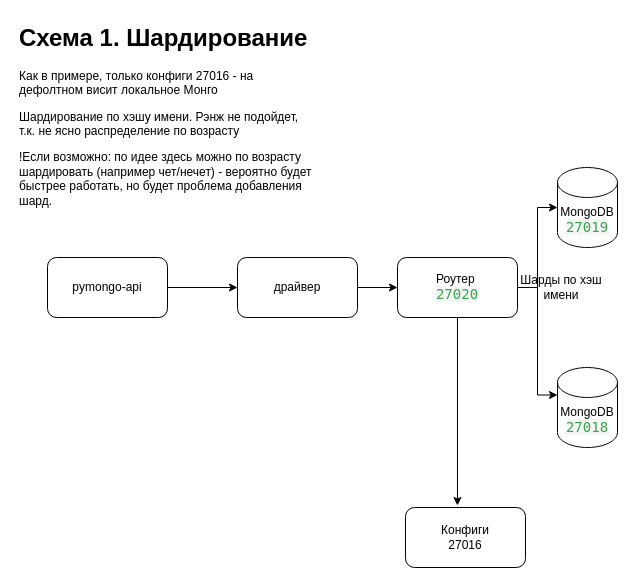
Above: page "Part1" (2 of 3) of Docs/sprint2task1.drawio in MikhailGrv/architecture-sprint-2 (draw.io), before the change. Source tidied: cells renumbered, new cells numbered last; positions are measured from the earlier drawing's top-left corner, leaving out a move shared by most shapes. Both pictures are drawn from the tidied source at 100%, with x=0, y=0 at pixel (17, 17).
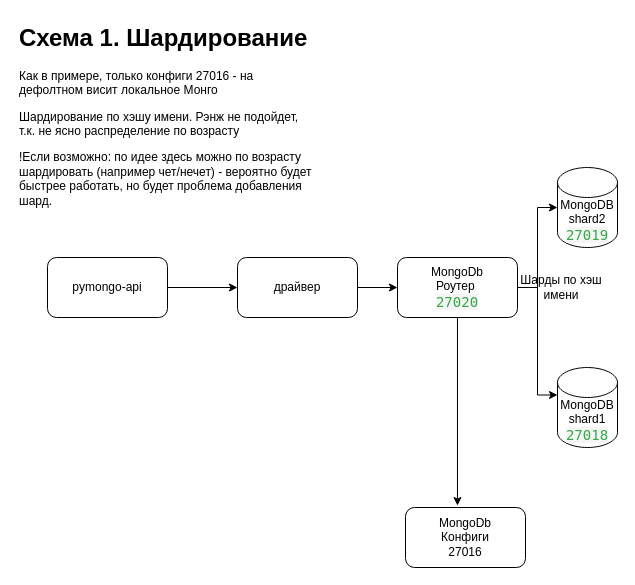
The same diagram, later.

Commit message (it also covers changes not shown here):
Shard1-repl

The edit, as a diff of the source:
```diff
@@
 <mxGraphModel>
   <root>
     <mxCell id="0" />
     <mxCell id="1" parent="0" />
-    <mxCell id="2" value="MongoDB&lt;div&gt;&lt;span style=&quot;color: rgb(50, 168, 70); font-family: Menlo, &amp;quot;Ubuntu Mono&amp;quot;, consolas, source-code-pro, monospace; font-size: 14px; text-align: start; white-space: pre; background-color: rgb(245, 245, 245);&quot;&gt;27018&lt;/span&gt;&lt;br&gt;&lt;/div&gt;" style="shape=cylinder3;whiteSpace=wrap;html=1;boundedLbl=1;backgroundOutline=1;size=15;" parent="1" vertex="1">
-      <mxGeometry x="540" y="350" width="60" height="80" as="geometry" />
-    </mxCell>
+    <mxCell id="13" value="&lt;h1 style=&quot;margin-top: 0px;&quot;&gt;Схема 1. Шардирование&lt;/h1&gt;&lt;p&gt;Как в примере, только конфиги 27016 - на дефолтном висит локальное Монго&lt;/p&gt;&lt;p&gt;Шардирование по хэшу имени. Рэнж не подойдет, т.к. не ясно распределение по возрасту&lt;/p&gt;&lt;p&gt;!Если возможно:&amp;nbsp;&lt;span style=&quot;background-color: initial;&quot;&gt;по идее здесь можно по возрасту шардировать (например чет/нечет) - вероятно будет быстрее работать, но будет проблема добавления шард.&lt;/span&gt;&lt;/p&gt;&lt;p&gt;&lt;br&gt;&lt;/p&gt;&lt;p&gt;&lt;br&gt;&lt;/p&gt;&lt;p&gt;&lt;br&gt;&lt;/p&gt;&lt;p&gt;&lt;br&gt;&lt;/p&gt;" style="text;html=1;whiteSpace=wrap;overflow=hidden;rounded=0;" parent="1" vertex="1">
+      <mxGeometry width="300" height="240" as="geometry" />
+    </mxCell>
+    <mxCell id="15" value="MongoDB&lt;div&gt;shard1&lt;br&gt;&lt;div&gt;&lt;span style=&quot;color: rgb(50, 168, 70); font-family: Menlo, &amp;quot;Ubuntu Mono&amp;quot;, consolas, source-code-pro, monospace; font-size: 14px; text-align: start; white-space: pre; background-color: rgb(245, 245, 245);&quot;&gt;27018&lt;/span&gt;&lt;br&gt;&lt;/div&gt;&lt;/div&gt;" style="shape=cylinder3;whiteSpace=wrap;html=1;boundedLbl=1;backgroundOutline=1;size=15;" parent="1" vertex="1">
+      <mxGeometry x="540" y="350" width="60" height="80" as="geometry" />
+    </mxCell>
     <mxCell id="3" value="pymongo-api" style="rounded=1;whiteSpace=wrap;html=1;" parent="1" vertex="1">
       <mxGeometry x="30" y="240" width="120" height="60" as="geometry" />
     </mxCell>
     <mxCell id="4" style="edgeStyle=orthogonalEdgeStyle;rounded=0;jettySize=auto;html=1;exitX=1;exitY=0.5;exitDx=0;exitDy=0;" parent="1" edge="1" source="3" target="5">
       <mxGeometry relative="1" as="geometry" />
     </mxCell>
     <mxCell id="5" value="драйвер" style="rounded=1;whiteSpace=wrap;html=1;" parent="1" vertex="1">
       <mxGeometry x="220" y="240" width="120" height="60" as="geometry" />
     </mxCell>
-    <mxCell id="6" value="MongoDB&lt;div&gt;&lt;span style=&quot;color: rgb(50, 168, 70); font-family: Menlo, &amp;quot;Ubuntu Mono&amp;quot;, consolas, source-code-pro, monospace; font-size: 14px; text-align: start; white-space: pre; background-color: rgb(245, 245, 245);&quot;&gt;27019&lt;/span&gt;&lt;br&gt;&lt;/div&gt;" style="shape=cylinder3;whiteSpace=wrap;html=1;boundedLbl=1;backgroundOutline=1;size=15;" parent="1" vertex="1">
-      <mxGeometry x="540" y="150" width="60" height="80" as="geometry" />
-    </mxCell>
-    <mxCell id="7" style="edgeStyle=orthogonalEdgeStyle;rounded=0;jettySize=auto;html=1;entryX=0.433;entryY=-0.033;entryDx=0;entryDy=0;entryPerimeter=0;" parent="1" edge="1" source="8" target="9">
-      <mxGeometry relative="1" as="geometry" />
-    </mxCell>
-    <mxCell id="8" value="Роутер&amp;nbsp;&lt;div&gt;&lt;span style=&quot;color: rgb(50, 168, 70); font-family: Menlo, &amp;quot;Ubuntu Mono&amp;quot;, consolas, source-code-pro, monospace; font-size: 14px; text-align: start; white-space: pre; background-color: rgb(245, 245, 245);&quot;&gt;27020&lt;/span&gt;&lt;/div&gt;" style="rounded=1;whiteSpace=wrap;html=1;" parent="1" vertex="1">
-      <mxGeometry x="380" y="240" width="120" height="60" as="geometry" />
-    </mxCell>
-    <mxCell id="9" value="Конфиги&lt;div&gt;27016&lt;/div&gt;" style="rounded=1;whiteSpace=wrap;html=1;" parent="1" vertex="1">
-      <mxGeometry x="388" y="490" width="120" height="60" as="geometry" />
-    </mxCell>
-    <mxCell id="10" style="endArrow=classic;html=1;rounded=0;entryX=0;entryY=0.5;entryDx=0;entryDy=0;" parent="1" edge="1" source="5" target="8">
-      <mxGeometry relative="1" as="geometry" />
-    </mxCell>
-    <mxCell id="11" style="edgeStyle=orthogonalEdgeStyle;rounded=0;jettySize=auto;html=1;entryX=0;entryY=0;entryDx=0;entryDy=27.5;entryPerimeter=0;" parent="1" edge="1" source="8" target="2">
-      <mxGeometry relative="1" as="geometry" />
-    </mxCell>
-    <mxCell id="12" style="edgeStyle=orthogonalEdgeStyle;rounded=0;jettySize=auto;html=1;entryX=0;entryY=0.5;entryDx=0;entryDy=0;entryPerimeter=0;" parent="1" edge="1" source="8" target="6">
-      <mxGeometry relative="1" as="geometry" />
-    </mxCell>
-    <mxCell id="13" value="&lt;h1 style=&quot;margin-top: 0px;&quot;&gt;Схема 1. Шардирование&lt;/h1&gt;&lt;p&gt;Как в примере, только конфиги 27016 - на дефолтном висит локальное Монго&lt;/p&gt;&lt;p&gt;Шардирование по хэшу имени. Рэнж не подойдет, т.к. не ясно распределение по возрасту&lt;/p&gt;&lt;p&gt;!Если возможно:&amp;nbsp;&lt;span style=&quot;background-color: initial;&quot;&gt;по идее здесь можно по возрасту шардировать (например чет/нечет) - вероятно будет быстрее работать, но будет проблема добавления шард.&lt;/span&gt;&lt;/p&gt;&lt;p&gt;&lt;br&gt;&lt;/p&gt;&lt;p&gt;&lt;br&gt;&lt;/p&gt;&lt;p&gt;&lt;br&gt;&lt;/p&gt;&lt;p&gt;&lt;br&gt;&lt;/p&gt;" style="text;html=1;whiteSpace=wrap;overflow=hidden;rounded=0;" parent="1" vertex="1">
-      <mxGeometry width="300" height="240" as="geometry" />
-    </mxCell>
+    <mxCell id="16" value="MongoDB&lt;div&gt;shard2&lt;br&gt;&lt;div&gt;&lt;span style=&quot;color: rgb(50, 168, 70); font-family: Menlo, &amp;quot;Ubuntu Mono&amp;quot;, consolas, source-code-pro, monospace; font-size: 14px; text-align: start; white-space: pre; background-color: rgb(245, 245, 245);&quot;&gt;27019&lt;/span&gt;&lt;br&gt;&lt;/div&gt;&lt;/div&gt;" style="shape=cylinder3;whiteSpace=wrap;html=1;boundedLbl=1;backgroundOutline=1;size=15;" parent="1" vertex="1">
+      <mxGeometry x="540" y="150" width="60" height="80" as="geometry" />
+    </mxCell>
+    <mxCell id="17" style="edgeStyle=orthogonalEdgeStyle;rounded=0;jettySize=auto;html=1;entryX=0.433;entryY=-0.033;entryDx=0;entryDy=0;entryPerimeter=0;" parent="1" edge="1" source="18" target="19">
+      <mxGeometry relative="1" as="geometry" />
+    </mxCell>
+    <mxCell id="18" value="&lt;div&gt;MongoDb&lt;/div&gt;Роутер&amp;nbsp;&lt;div&gt;&lt;span style=&quot;color: rgb(50, 168, 70); font-family: Menlo, &amp;quot;Ubuntu Mono&amp;quot;, consolas, source-code-pro, monospace; font-size: 14px; text-align: start; white-space: pre; background-color: rgb(245, 245, 245);&quot;&gt;27020&lt;/span&gt;&lt;/div&gt;" style="rounded=1;whiteSpace=wrap;html=1;" parent="1" vertex="1">
+      <mxGeometry x="380" y="240" width="120" height="60" as="geometry" />
+    </mxCell>
+    <mxCell id="19" value="&lt;div&gt;MongoDb&lt;br&gt;&lt;/div&gt;Конфиги&lt;div&gt;27016&lt;/div&gt;" style="rounded=1;whiteSpace=wrap;html=1;" parent="1" vertex="1">
+      <mxGeometry x="388" y="490" width="120" height="60" as="geometry" />
+    </mxCell>
+    <mxCell id="20" style="endArrow=classic;html=1;rounded=0;entryX=0;entryY=0.5;entryDx=0;entryDy=0;" parent="1" edge="1" source="5" target="18">
+      <mxGeometry relative="1" as="geometry" />
+    </mxCell>
+    <mxCell id="21" style="edgeStyle=orthogonalEdgeStyle;rounded=0;jettySize=auto;html=1;entryX=0;entryY=0;entryDx=0;entryDy=27.5;entryPerimeter=0;" parent="1" edge="1" source="18" target="15">
+      <mxGeometry relative="1" as="geometry" />
+    </mxCell>
+    <mxCell id="22" style="edgeStyle=orthogonalEdgeStyle;rounded=0;jettySize=auto;html=1;entryX=0;entryY=0.5;entryDx=0;entryDy=0;entryPerimeter=0;" parent="1" edge="1" source="18" target="16">
+      <mxGeometry relative="1" as="geometry" />
+    </mxCell>
     <mxCell id="14" value="Шарды по хэш имени" style="text;html=1;align=center;verticalAlign=middle;whiteSpace=wrap;rounded=0;" parent="1" vertex="1">
       <mxGeometry x="488" y="255" width="112" height="30" as="geometry" />
     </mxCell>
   </root>
 </mxGraphModel>
```
